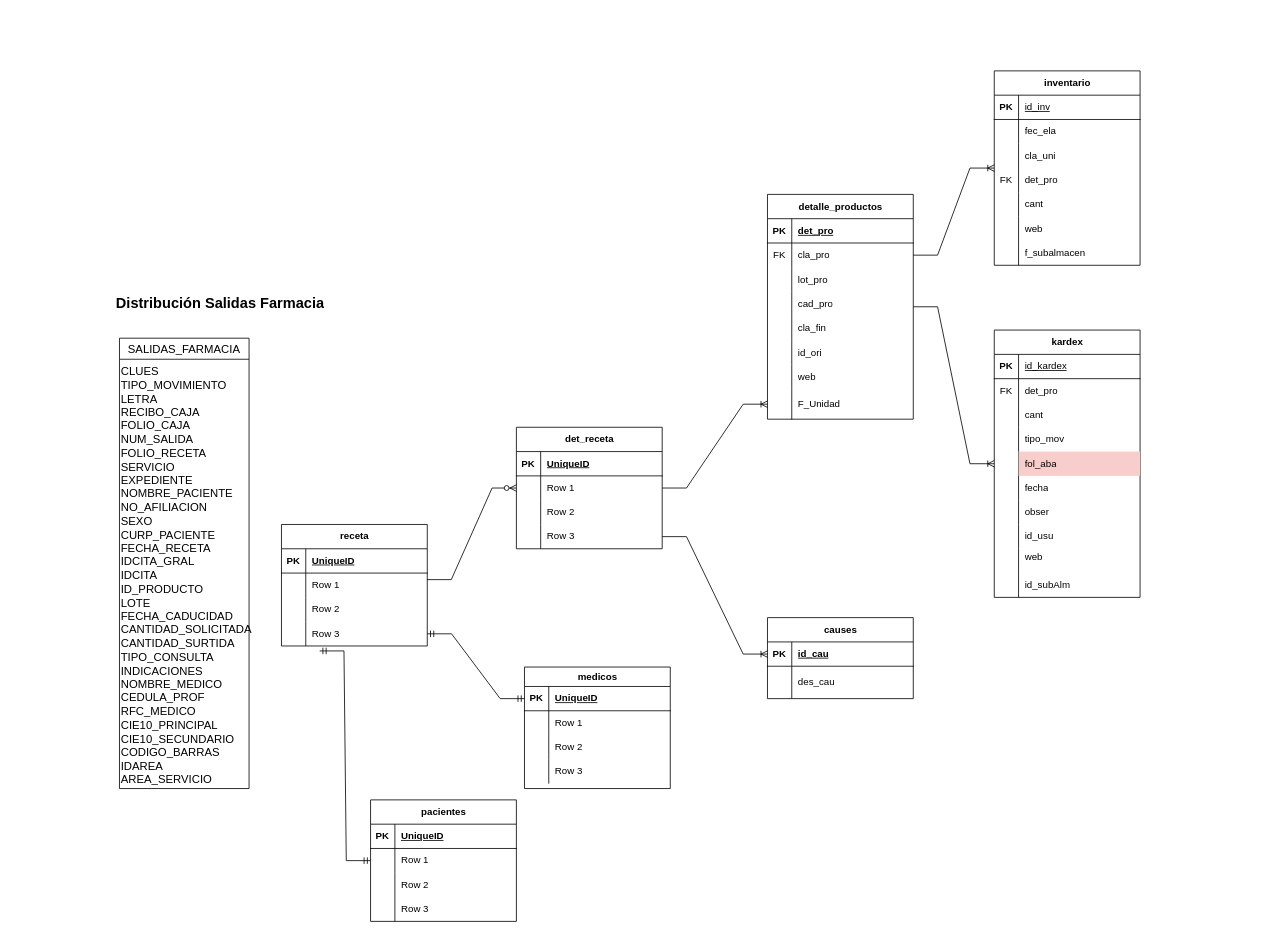
Before: SalidasFarmacia.drawio in ErnestoDanielTafoyaMolinaCYM/clases-cat-cym, a draw.io diagram. Source tidied: cells renumbered, new cells numbered last; positions are measured from the earlier drawing's top-left corner, leaving out a move shared by most shapes. Both pictures are drawn from the tidied source at 81%, with x=0, y=0 at pixel (111, 70).
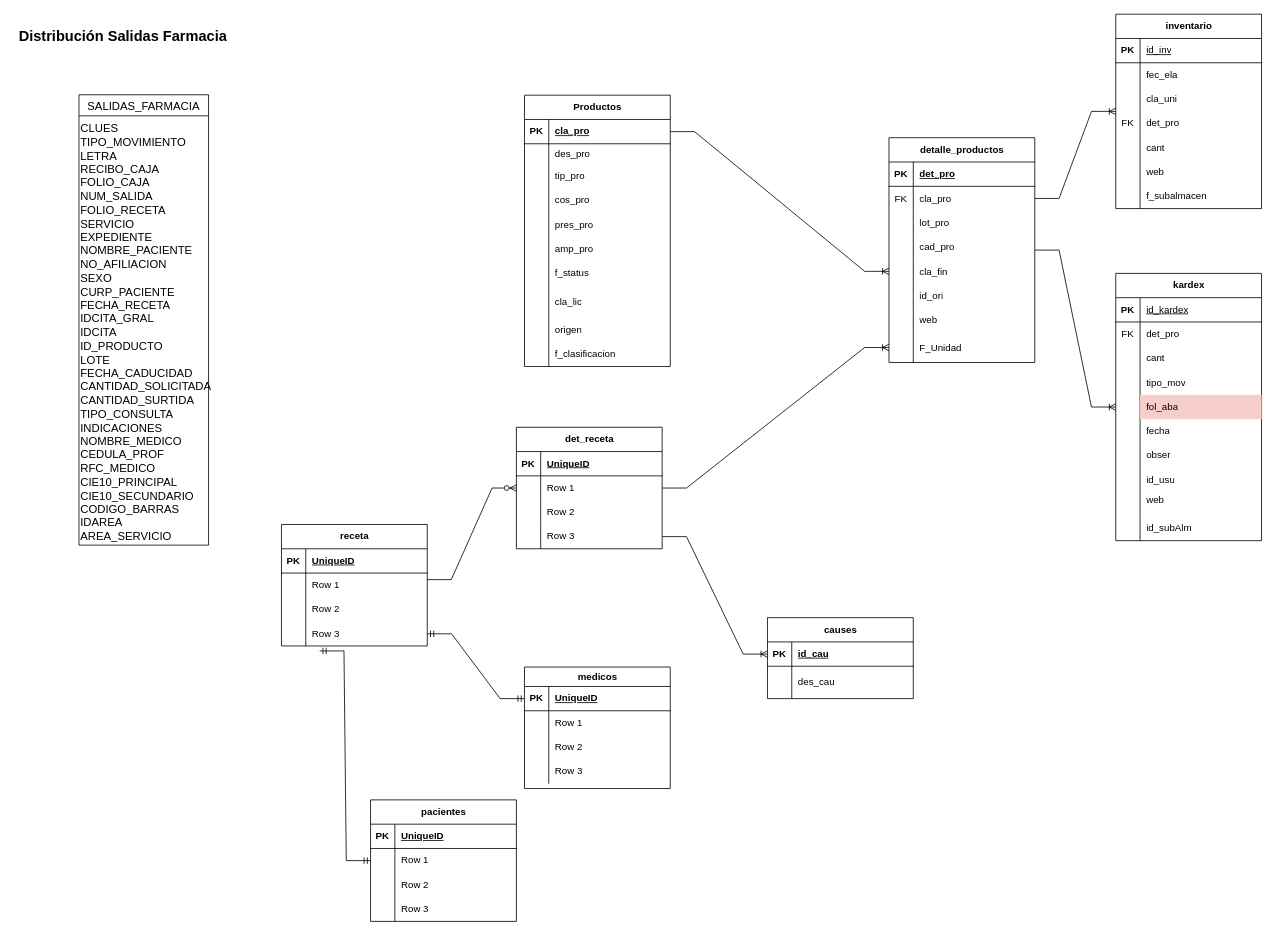
Above is the later version.

The change refers to these unchanged cells:
```xml
<mxCell id="25" style="shape=tableRow;horizontal=0;startSize=0;swimlaneHead=0;swimlaneBody=0;fillColor=none;points=[[0,0.5],[1,0.5]];portConstraint=eastwest;top=0;left=0;right=0;bottom=0;" parent="12" vertex="1">
  <mxGeometry y="150" width="180" height="30" as="geometry" />
</mxCell>
```

The edit, as a diff of the source:
```diff
@@
     <mxCell id="2" value="SALIDAS_FARMACIA" style="swimlane;fontStyle=0;horizontal=1;startSize=26;align=center;fontSize=14;" parent="1" vertex="1">
-      <mxGeometry x="10" y="330" width="160" height="556" as="geometry" />
+      <mxGeometry x="-40" y="29.5" width="160" height="556" as="geometry" />
     </mxCell>
@@
     <mxCell id="11" style="group;" parent="1" vertex="1">
-      <mxGeometry x="810" width="460" height="650" as="geometry" />
+      <mxGeometry x="960" y="-70" width="460" height="650" as="geometry" />
     </mxCell>
@@
     <mxCell id="149" value="&lt;font style=&quot;font-size: 18px;&quot;&gt;&lt;b&gt;Distribución Salidas Farmacia&lt;/b&gt;&lt;/font&gt;" style="text;strokeColor=none;fillColor=none;spacingLeft=4;spacingRight=4;overflow=hidden;fontSize=12;whiteSpace=wrap;html=1;" parent="1" vertex="1">
-      <mxGeometry y="270" width="300" height="50" as="geometry" />
+      <mxGeometry x="-120" y="-60" width="300" height="50" as="geometry" />
     </mxCell>
+    <mxCell id="150" style="edgeStyle=entityRelationEdgeStyle;fontSize=12;html=1;endArrow=ERoneToMany;rounded=0;entryX=0;entryY=0.5;entryDx=0;entryDy=0;exitX=1;exitY=0.5;exitDx=0;exitDy=0;" parent="1" edge="1" source="152" target="25">
+      <mxGeometry relative="1" as="geometry" />
+    </mxCell>
+    <mxCell id="151" value="Productos" style="shape=table;startSize=30;childLayout=tableLayout;rowLines=0;fontStyle=1;align=center;html=1;" parent="1" vertex="1">
+      <mxGeometry x="510" y="30" width="180" height="335" as="geometry" />
+    </mxCell>
+    <mxCell id="152" style="shape=tableRow;horizontal=0;startSize=0;swimlaneHead=0;swimlaneBody=0;fillColor=none;points=[[0,0.5],[1,0.5]];portConstraint=eastwest;top=0;left=0;right=0;bottom=1;" parent="151" vertex="1">
+      <mxGeometry y="30" width="180" height="30" as="geometry" />
+    </mxCell>
+    <mxCell id="153" value="PK" style="shape=partialRectangle;fillColor=none;top=0;left=0;bottom=0;right=0;fontStyle=1;overflow=hidden;whiteSpace=wrap;html=1;" parent="152" vertex="1">
+      <mxGeometry width="30" height="30" as="geometry" />
+    </mxCell>
+    <mxCell id="154" value="cla_pro" style="shape=partialRectangle;fillColor=none;top=0;left=0;bottom=0;right=0;align=left;spacingLeft=6;fontStyle=5;overflow=hidden;whiteSpace=wrap;html=1;" parent="152" vertex="1">
+      <mxGeometry x="30" width="150" height="30" as="geometry" />
+    </mxCell>
+    <mxCell id="155" style="shape=tableRow;horizontal=0;startSize=0;swimlaneHead=0;swimlaneBody=0;fillColor=none;top=0;left=0;right=0;bottom=0;" parent="151" vertex="1">
+      <mxGeometry y="60" width="180" height="25" as="geometry" />
+    </mxCell>
+    <mxCell id="156" style="shape=partialRectangle;fillColor=none;top=0;left=0;bottom=0;right=0;overflow=hidden;whiteSpace=wrap;html=1;" parent="155" vertex="1">
+      <mxGeometry width="30" height="25" as="geometry" />
+    </mxCell>
+    <mxCell id="157" value="des_pro" style="shape=partialRectangle;fillColor=none;top=0;left=0;bottom=0;right=0;align=left;spacingLeft=6;overflow=hidden;whiteSpace=wrap;html=1;" parent="155" vertex="1">
+      <mxGeometry x="30" width="150" height="25" as="geometry" />
+    </mxCell>
+    <mxCell id="158" style="shape=tableRow;horizontal=0;startSize=0;swimlaneHead=0;swimlaneBody=0;fillColor=none;top=0;left=0;right=0;bottom=0;" parent="151" vertex="1">
+      <mxGeometry y="85" width="180" height="30" as="geometry" />
+    </mxCell>
+    <mxCell id="159" style="shape=partialRectangle;fillColor=none;top=0;left=0;bottom=0;right=0;overflow=hidden;whiteSpace=wrap;html=1;" parent="158" vertex="1">
+      <mxGeometry width="30" height="30" as="geometry" />
+    </mxCell>
+    <mxCell id="160" value="tip_pro" style="shape=partialRectangle;fillColor=none;top=0;left=0;bottom=0;right=0;align=left;spacingLeft=6;overflow=hidden;whiteSpace=wrap;html=1;" parent="158" vertex="1">
+      <mxGeometry x="30" width="150" height="30" as="geometry" />
+    </mxCell>
+    <mxCell id="161" style="shape=tableRow;horizontal=0;startSize=0;swimlaneHead=0;swimlaneBody=0;fillColor=none;top=0;left=0;right=0;bottom=0;" parent="151" vertex="1">
+      <mxGeometry y="115" width="180" height="30" as="geometry" />
+    </mxCell>
+    <mxCell id="162" style="shape=partialRectangle;fillColor=none;top=0;left=0;bottom=0;right=0;overflow=hidden;whiteSpace=wrap;html=1;" parent="161" vertex="1">
+      <mxGeometry width="30" height="30" as="geometry" />
+    </mxCell>
+    <mxCell id="163" value="cos_pro" style="shape=partialRectangle;fillColor=none;top=0;left=0;bottom=0;right=0;align=left;spacingLeft=6;overflow=hidden;whiteSpace=wrap;html=1;" parent="161" vertex="1">
+      <mxGeometry x="30" width="150" height="30" as="geometry" />
+    </mxCell>
+    <mxCell id="164" style="shape=tableRow;horizontal=0;startSize=0;swimlaneHead=0;swimlaneBody=0;fillColor=none;top=0;left=0;right=0;bottom=0;" parent="151" vertex="1">
+      <mxGeometry y="145" width="180" height="30" as="geometry" />
+    </mxCell>
+    <mxCell id="165" style="shape=partialRectangle;fillColor=none;top=0;left=0;bottom=0;right=0;overflow=hidden;whiteSpace=wrap;html=1;" parent="164" vertex="1">
+      <mxGeometry width="30" height="30" as="geometry" />
+    </mxCell>
+    <mxCell id="166" value="pres_pro" style="shape=partialRectangle;fillColor=none;top=0;left=0;bottom=0;right=0;align=left;spacingLeft=6;overflow=hidden;whiteSpace=wrap;html=1;" parent="164" vertex="1">
+      <mxGeometry x="30" width="150" height="30" as="geometry" />
+    </mxCell>
+    <mxCell id="167" style="shape=tableRow;horizontal=0;startSize=0;swimlaneHead=0;swimlaneBody=0;fillColor=none;top=0;left=0;right=0;bottom=0;" parent="151" vertex="1">
+      <mxGeometry y="175" width="180" height="30" as="geometry" />
+    </mxCell>
+    <mxCell id="168" style="shape=partialRectangle;fillColor=none;top=0;left=0;bottom=0;right=0;overflow=hidden;whiteSpace=wrap;html=1;" parent="167" vertex="1">
+      <mxGeometry width="30" height="30" as="geometry" />
+    </mxCell>
+    <mxCell id="169" value="amp_pro" style="shape=partialRectangle;fillColor=none;top=0;left=0;bottom=0;right=0;align=left;spacingLeft=6;overflow=hidden;whiteSpace=wrap;html=1;" parent="167" vertex="1">
+      <mxGeometry x="30" width="150" height="30" as="geometry" />
+    </mxCell>
+    <mxCell id="170" style="shape=tableRow;horizontal=0;startSize=0;swimlaneHead=0;swimlaneBody=0;fillColor=none;top=0;left=0;right=0;bottom=0;" parent="151" vertex="1">
+      <mxGeometry y="205" width="180" height="30" as="geometry" />
+    </mxCell>
+    <mxCell id="171" style="shape=partialRectangle;fillColor=none;top=0;left=0;bottom=0;right=0;overflow=hidden;whiteSpace=wrap;html=1;" parent="170" vertex="1">
+      <mxGeometry width="30" height="30" as="geometry" />
+    </mxCell>
+    <mxCell id="172" value="f_status" style="shape=partialRectangle;fillColor=none;top=0;left=0;bottom=0;right=0;align=left;spacingLeft=6;overflow=hidden;whiteSpace=wrap;html=1;" parent="170" vertex="1">
+      <mxGeometry x="30" width="150" height="30" as="geometry" />
+    </mxCell>
+    <mxCell id="173" style="shape=tableRow;horizontal=0;startSize=0;swimlaneHead=0;swimlaneBody=0;fillColor=none;top=0;left=0;right=0;bottom=0;" parent="151" vertex="1">
+      <mxGeometry y="235" width="180" height="40" as="geometry" />
+    </mxCell>
+    <mxCell id="174" style="shape=partialRectangle;fillColor=none;top=0;left=0;bottom=0;right=0;overflow=hidden;whiteSpace=wrap;html=1;" parent="173" vertex="1">
+      <mxGeometry width="30" height="40" as="geometry" />
+    </mxCell>
+    <mxCell id="175" value="cla_lic" style="shape=partialRectangle;fillColor=none;top=0;left=0;bottom=0;right=0;align=left;spacingLeft=6;overflow=hidden;whiteSpace=wrap;html=1;" parent="173" vertex="1">
+      <mxGeometry x="30" width="150" height="40" as="geometry" />
+    </mxCell>
+    <mxCell id="176" style="shape=tableRow;horizontal=0;startSize=0;swimlaneHead=0;swimlaneBody=0;fillColor=none;top=0;left=0;right=0;bottom=0;" parent="151" vertex="1">
+      <mxGeometry y="275" width="180" height="30" as="geometry" />
+    </mxCell>
+    <mxCell id="177" style="shape=partialRectangle;fillColor=none;top=0;left=0;bottom=0;right=0;overflow=hidden;whiteSpace=wrap;html=1;" parent="176" vertex="1">
+      <mxGeometry width="30" height="30" as="geometry" />
+    </mxCell>
+    <mxCell id="178" value="origen" style="shape=partialRectangle;fillColor=none;top=0;left=0;bottom=0;right=0;align=left;spacingLeft=6;overflow=hidden;whiteSpace=wrap;html=1;" parent="176" vertex="1">
+      <mxGeometry x="30" width="150" height="30" as="geometry" />
+    </mxCell>
+    <mxCell id="179" style="shape=tableRow;horizontal=0;startSize=0;swimlaneHead=0;swimlaneBody=0;fillColor=none;top=0;left=0;right=0;bottom=0;" parent="151" vertex="1">
+      <mxGeometry y="305" width="180" height="30" as="geometry" />
+    </mxCell>
+    <mxCell id="180" style="shape=partialRectangle;fillColor=none;top=0;left=0;bottom=0;right=0;overflow=hidden;whiteSpace=wrap;html=1;" parent="179" vertex="1">
+      <mxGeometry width="30" height="30" as="geometry" />
+    </mxCell>
+    <mxCell id="181" value="f_clasificacion" style="shape=partialRectangle;fillColor=none;top=0;left=0;bottom=0;right=0;align=left;spacingLeft=6;overflow=hidden;whiteSpace=wrap;html=1;" parent="179" vertex="1">
+      <mxGeometry x="30" width="150" height="30" as="geometry" />
+    </mxCell>
```
